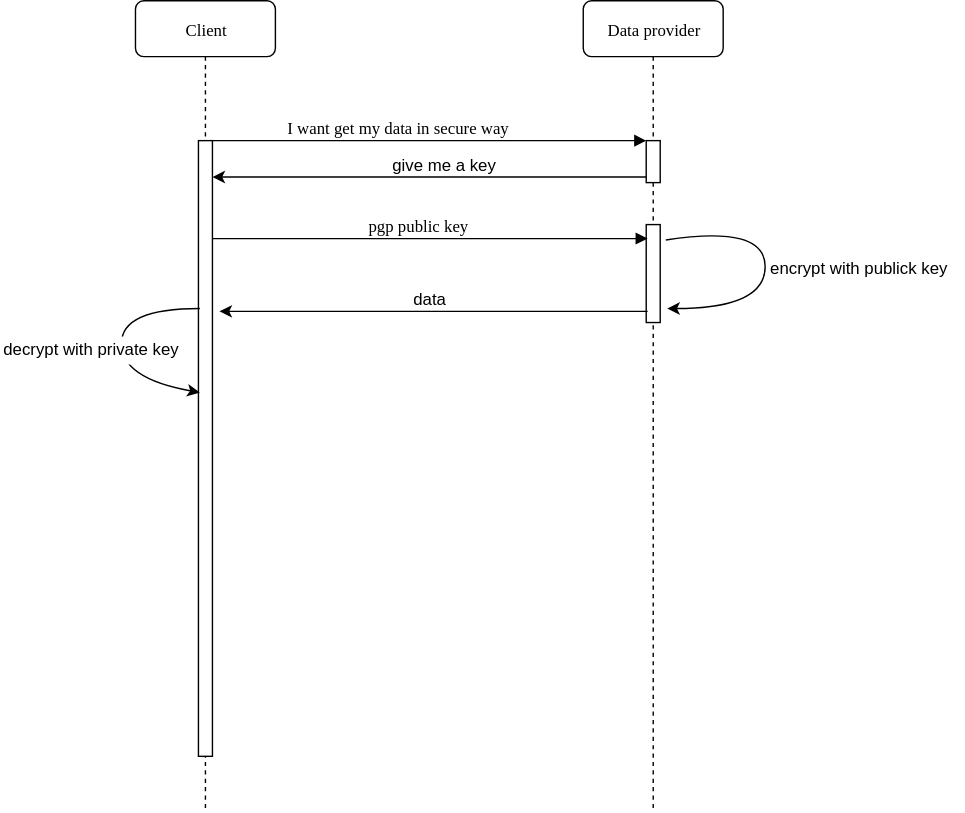
The draw.io diagram images/Pgp.svg in nightBaker/nightBaker.github.io, before a commit. Source tidied: cells renumbered, new cells last; positions are measured from the earlier drawing's top-left corner, leaving out a move shared by most shapes. Source of this version:
```xml
<mxGraphModel background="#ffffff">
  <root>
    <mxCell id="0" />
    <mxCell id="1" parent="0" />
    <mxCell id="2" value="Data provider" style="shape=umlLifeline;perimeter=lifelinePerimeter;whiteSpace=wrap;html=1;rounded=1;shadow=0;comic=0;labelBackgroundColor=none;strokeColor=#000000;strokeWidth=1;fillColor=#FFFFFF;fontFamily=Verdana;fontSize=12;fontColor=#000000;align=center;" parent="1" vertex="1">
      <mxGeometry x="416" width="100" height="580" as="geometry" />
    </mxCell>
    <mxCell id="3" style="html=1;points=[];perimeter=orthogonalPerimeter;rounded=0;shadow=0;comic=0;labelBackgroundColor=none;strokeColor=#000000;strokeWidth=1;fillColor=#FFFFFF;fontFamily=Verdana;fontSize=12;fontColor=#000000;align=center;" parent="2" vertex="1">
      <mxGeometry x="45" y="100" width="10" height="30" as="geometry" />
    </mxCell>
    <mxCell id="4" style="html=1;points=[];perimeter=orthogonalPerimeter;rounded=0;shadow=0;comic=0;labelBackgroundColor=none;strokeColor=#000000;strokeWidth=1;fillColor=#FFFFFF;fontFamily=Verdana;fontSize=12;fontColor=#000000;align=center;" parent="2" vertex="1">
      <mxGeometry x="45" y="160" width="10" height="70" as="geometry" />
    </mxCell>
    <mxCell id="5" style="curved=1;endArrow=classic;html=1;entryX=1.5;entryY=0.857;entryDx=0;entryDy=0;entryPerimeter=0;exitX=1.4;exitY=0.157;exitDx=0;exitDy=0;exitPerimeter=0;" parent="2" edge="1" source="4" target="4">
      <mxGeometry relative="1" as="geometry">
        <Array as="points">
          <mxPoint x="130" y="160" />
          <mxPoint x="130" y="220" />
        </Array>
      </mxGeometry>
    </mxCell>
    <mxCell id="6" value="Client" style="shape=umlLifeline;perimeter=lifelinePerimeter;whiteSpace=wrap;html=1;rounded=1;shadow=0;comic=0;labelBackgroundColor=none;strokeColor=#000000;strokeWidth=1;fillColor=#FFFFFF;fontFamily=Verdana;fontSize=12;fontColor=#000000;align=center;" parent="1" vertex="1">
      <mxGeometry x="96" width="100" height="580" as="geometry" />
    </mxCell>
    <mxCell id="7" style="html=1;points=[];perimeter=orthogonalPerimeter;rounded=0;shadow=0;comic=0;labelBackgroundColor=none;strokeColor=#000000;strokeWidth=1;fillColor=#FFFFFF;fontFamily=Verdana;fontSize=12;fontColor=#000000;align=center;" parent="6" vertex="1">
      <mxGeometry x="45" y="100" width="10" height="440" as="geometry" />
    </mxCell>
    <mxCell id="8" style="curved=1;endArrow=classic;html=1;entryX=0.1;entryY=0.409;entryDx=0;entryDy=0;entryPerimeter=0;exitX=0.1;exitY=0.273;exitDx=0;exitDy=0;exitPerimeter=0;" parent="6" edge="1" source="7" target="7">
      <mxGeometry relative="1" as="geometry">
        <Array as="points">
          <mxPoint x="-10" y="220" />
          <mxPoint x="-10" y="270" />
        </Array>
      </mxGeometry>
    </mxCell>
    <mxCell id="9" value="I want get my data in secure way" style="html=1;verticalAlign=bottom;endArrow=block;entryX=0;entryY=0;labelBackgroundColor=none;fontFamily=Verdana;fontSize=12;edgeStyle=elbowEdgeStyle;elbow=vertical;" parent="1" edge="1" source="7" target="3">
      <mxGeometry relative="1" as="geometry" />
    </mxCell>
    <mxCell id="10" style="endArrow=classic;html=1;exitX=0;exitY=0.867;exitDx=0;exitDy=0;exitPerimeter=0;" parent="1" edge="1" source="3" target="7">
      <mxGeometry relative="1" as="geometry" />
    </mxCell>
    <mxCell id="11" value="give me a key" style="text;html=1;align=center;verticalAlign=middle;labelBackgroundColor=#ffffff;" parent="10" vertex="1">
      <mxGeometry x="-0.08" y="2" relative="1" as="geometry">
        <mxPoint x="-2" y="-12" as="offset" />
      </mxGeometry>
    </mxCell>
    <mxCell id="12" value="pgp public key" style="html=1;verticalAlign=bottom;endArrow=block;entryX=0.1;entryY=0.143;labelBackgroundColor=none;fontFamily=Verdana;fontSize=12;edgeStyle=elbowEdgeStyle;elbow=vertical;entryDx=0;entryDy=0;entryPerimeter=0;" parent="1" edge="1" source="7" target="4">
      <mxGeometry relative="1" as="geometry" />
    </mxCell>
    <mxCell id="13" value="encrypt with publick key" style="text;html=1;align=left;verticalAlign=top;spacingTop=-4;" parent="1" vertex="1">
      <mxGeometry x="548" y="182" width="140" height="20" as="geometry" />
    </mxCell>
    <mxCell id="14" style="endArrow=classic;html=1;exitX=0.1;exitY=0.886;exitDx=0;exitDy=0;exitPerimeter=0;entryX=1.5;entryY=0.277;entryDx=0;entryDy=0;entryPerimeter=0;" parent="1" edge="1" source="4" target="7">
      <mxGeometry relative="1" as="geometry" />
    </mxCell>
    <mxCell id="15" value="data&lt;br&gt;" style="text;html=1;align=left;verticalAlign=top;spacingTop=-4;" parent="1" vertex="1">
      <mxGeometry x="293" y="204" width="40" height="20" as="geometry" />
    </mxCell>
    <mxCell id="16" value="decrypt with private key" style="text;html=1;align=left;verticalAlign=top;spacingTop=-4;fillColor=#ffffff;strokeColor=none;" parent="1" vertex="1">
      <mxGeometry y="240" width="140" height="20" as="geometry" />
    </mxCell>
  </root>
</mxGraphModel>
```
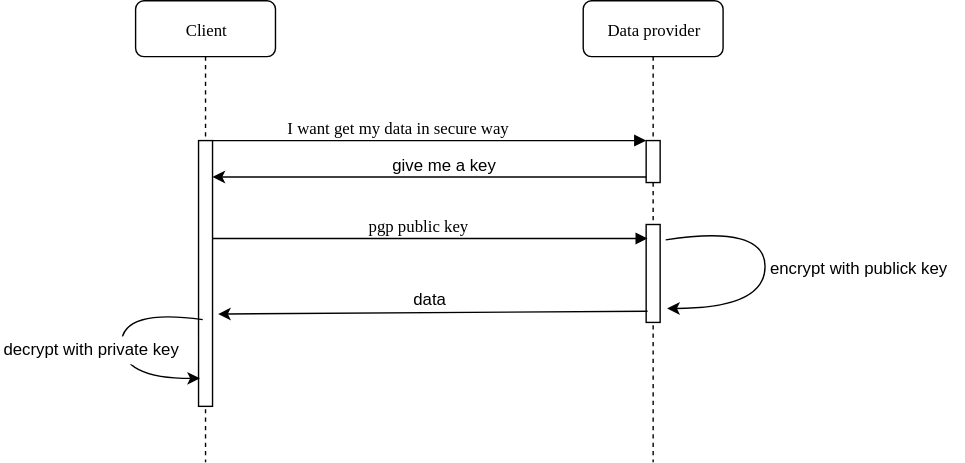
Above is the later version.

Change to the diagram source:
```diff
@@ -3,7 +3,7 @@
     <mxCell id="0" />
     <mxCell id="1" parent="0" />
     <mxCell id="2" value="Data provider" style="shape=umlLifeline;perimeter=lifelinePerimeter;whiteSpace=wrap;html=1;rounded=1;shadow=0;comic=0;labelBackgroundColor=none;strokeColor=#000000;strokeWidth=1;fillColor=#FFFFFF;fontFamily=Verdana;fontSize=12;fontColor=#000000;align=center;" parent="1" vertex="1">
-      <mxGeometry x="416" width="100" height="580" as="geometry" />
+      <mxGeometry x="416" width="100" height="330" as="geometry" />
     </mxCell>
     <mxCell id="3" style="html=1;points=[];perimeter=orthogonalPerimeter;rounded=0;shadow=0;comic=0;labelBackgroundColor=none;strokeColor=#000000;strokeWidth=1;fillColor=#FFFFFF;fontFamily=Verdana;fontSize=12;fontColor=#000000;align=center;" parent="2" vertex="1">
       <mxGeometry x="45" y="100" width="10" height="30" as="geometry" />
@@ -20,12 +20,12 @@
       </mxGeometry>
     </mxCell>
     <mxCell id="6" value="Client" style="shape=umlLifeline;perimeter=lifelinePerimeter;whiteSpace=wrap;html=1;rounded=1;shadow=0;comic=0;labelBackgroundColor=none;strokeColor=#000000;strokeWidth=1;fillColor=#FFFFFF;fontFamily=Verdana;fontSize=12;fontColor=#000000;align=center;" parent="1" vertex="1">
-      <mxGeometry x="96" width="100" height="580" as="geometry" />
+      <mxGeometry x="96" width="100" height="330" as="geometry" />
     </mxCell>
     <mxCell id="7" style="html=1;points=[];perimeter=orthogonalPerimeter;rounded=0;shadow=0;comic=0;labelBackgroundColor=none;strokeColor=#000000;strokeWidth=1;fillColor=#FFFFFF;fontFamily=Verdana;fontSize=12;fontColor=#000000;align=center;" parent="6" vertex="1">
-      <mxGeometry x="45" y="100" width="10" height="440" as="geometry" />
+      <mxGeometry x="45" y="100" width="10" height="190" as="geometry" />
     </mxCell>
-    <mxCell id="8" style="curved=1;endArrow=classic;html=1;entryX=0.1;entryY=0.409;entryDx=0;entryDy=0;entryPerimeter=0;exitX=0.1;exitY=0.273;exitDx=0;exitDy=0;exitPerimeter=0;" parent="6" edge="1" source="7" target="7">
+    <mxCell id="8" style="curved=1;endArrow=classic;html=1;entryX=0.1;entryY=0.895;entryDx=0;entryDy=0;entryPerimeter=0;exitX=0.3;exitY=0.674;exitDx=0;exitDy=0;exitPerimeter=0;" parent="6" edge="1" source="7" target="7">
       <mxGeometry relative="1" as="geometry">
         <Array as="points">
           <mxPoint x="-10" y="220" />
@@ -50,7 +50,7 @@
     <mxCell id="13" value="encrypt with publick key" style="text;html=1;align=left;verticalAlign=top;spacingTop=-4;" parent="1" vertex="1">
       <mxGeometry x="548" y="182" width="140" height="20" as="geometry" />
     </mxCell>
-    <mxCell id="14" style="endArrow=classic;html=1;exitX=0.1;exitY=0.886;exitDx=0;exitDy=0;exitPerimeter=0;entryX=1.5;entryY=0.277;entryDx=0;entryDy=0;entryPerimeter=0;" parent="1" edge="1" source="4" target="7">
+    <mxCell id="14" style="endArrow=classic;html=1;exitX=0.1;exitY=0.886;exitDx=0;exitDy=0;exitPerimeter=0;entryX=1.4;entryY=0.653;entryDx=0;entryDy=0;entryPerimeter=0;" parent="1" edge="1" source="4" target="7">
       <mxGeometry relative="1" as="geometry" />
     </mxCell>
     <mxCell id="15" value="data&lt;br&gt;" style="text;html=1;align=left;verticalAlign=top;spacingTop=-4;" parent="1" vertex="1">
```
